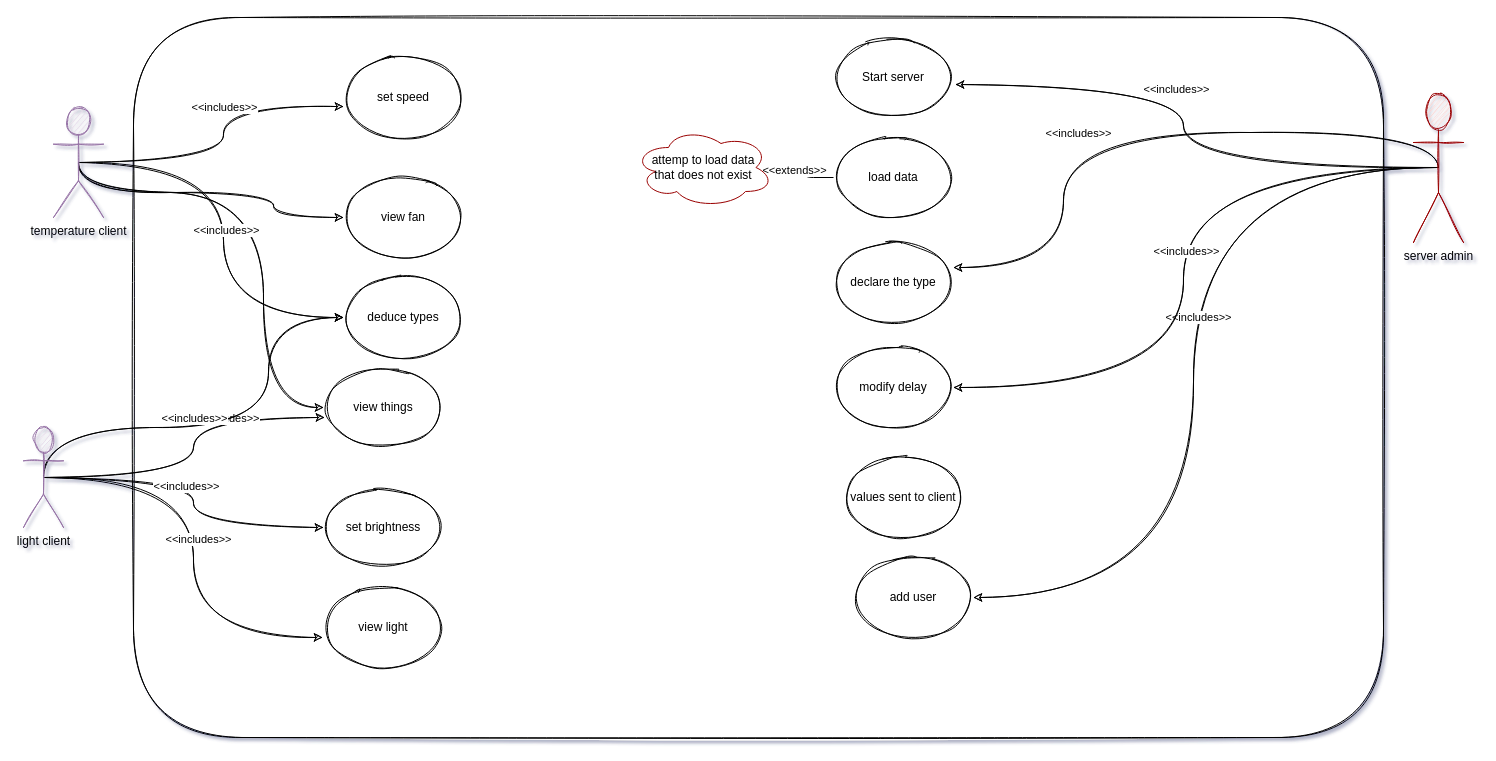
bandaian/Java_assignment_ian_banda keeps this draw.io diagram as uml_case_diagrams.drawio. Above is the earlier version. Source tidied: cells renumbered, new cells numbered last; positions are measured from the earlier drawing's top-left corner, leaving out a move shared by most shapes. Both pictures are drawn from the tidied source at 100%, with x=0, y=0 at pixel (23, 17).
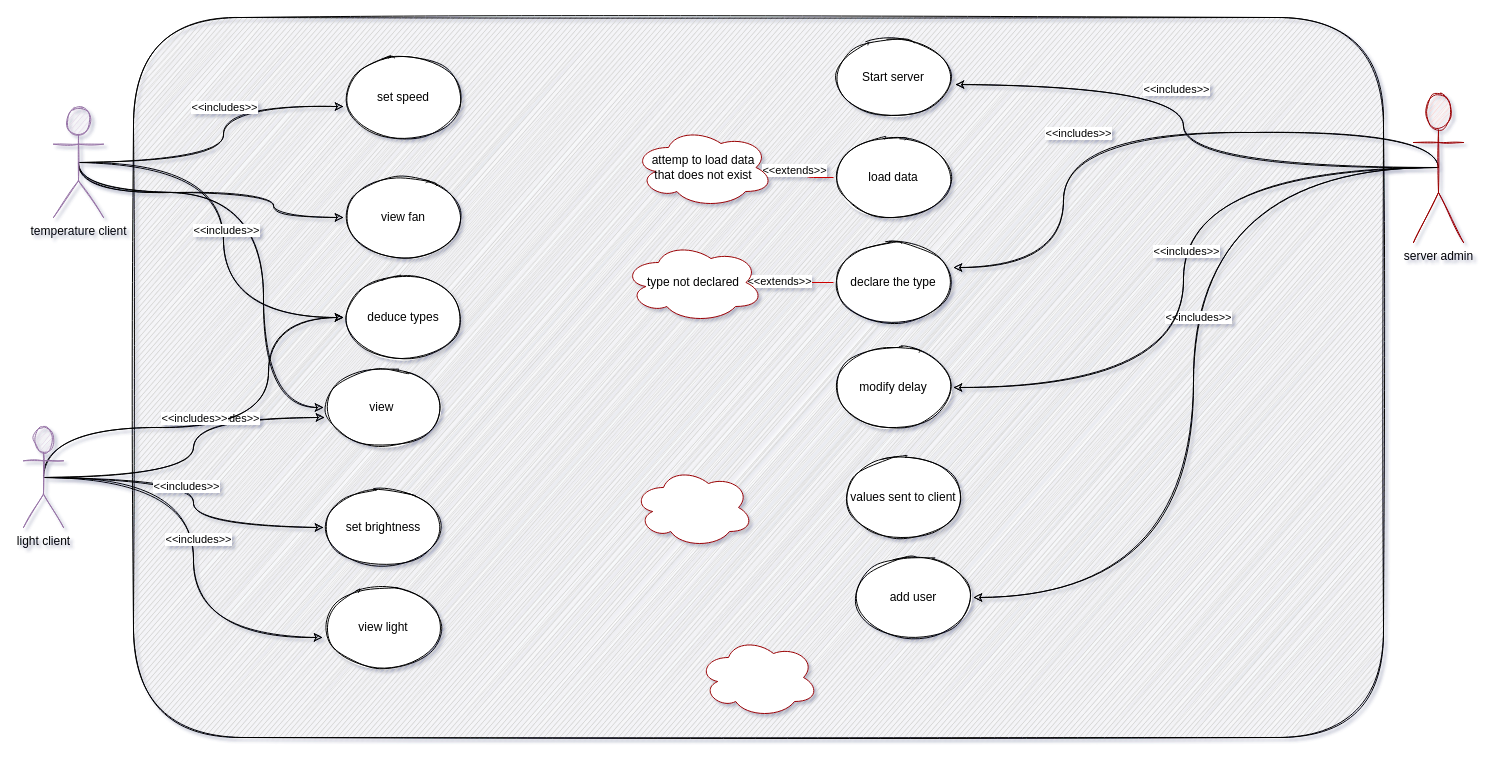
Above is the later version.

The change refers to these unchanged cells:
```xml
<mxCell id="16" value="load data" style="ellipse;whiteSpace=wrap;html=1;sketch=1;rounded=1;" parent="1" vertex="1">
  <mxGeometry x="810" y="120" width="120" height="80" as="geometry" />
</mxCell>
<mxCell id="17" value="declare the type" style="ellipse;whiteSpace=wrap;html=1;sketch=1;rounded=1;" parent="1" vertex="1">
  <mxGeometry x="810" y="225" width="120" height="80" as="geometry" />
</mxCell>
<mxCell id="42" value="attemp to load data&lt;br&gt;that does not exist" style="ellipse;shape=cloud;whiteSpace=wrap;html=1;rounded=0;sketch=0;strokeColor=#990000;" parent="1" vertex="1">
  <mxGeometry x="610" y="110" width="140" height="80" as="geometry" />
</mxCell>
```

Change to the diagram source:
```diff
@@
-    <mxCell id="2" style="whiteSpace=wrap;html=1;sketch=1;rounded=1;" parent="1" vertex="1">
+    <mxCell id="2" style="whiteSpace=wrap;html=1;sketch=1;rounded=1;fillColor=#CCCCCC;" parent="1" vertex="1">
       <mxGeometry x="110" width="1250" height="720" as="geometry" />
     </mxCell>
@@
-    <mxCell id="12" value="view things" style="ellipse;whiteSpace=wrap;html=1;sketch=1;rounded=1;" parent="1" vertex="1">
+    <mxCell id="12" value="view&amp;nbsp;" style="ellipse;whiteSpace=wrap;html=1;sketch=1;rounded=1;" parent="1" vertex="1">
       <mxGeometry x="300" y="350" width="120" height="80" as="geometry" />
     </mxCell>
@@
-    <mxCell id="14" style="edgeStyle=orthogonalEdgeStyle;curved=0;rounded=1;sketch=0;jettySize=auto;html=1;exitX=0;exitY=0.5;exitDx=0;exitDy=0;entryX=0.933;entryY=0.513;entryDx=0;entryDy=0;entryPerimeter=0;" parent="1" edge="1" source="16" target="42">
+    <mxCell id="14" style="edgeStyle=orthogonalEdgeStyle;curved=0;rounded=1;sketch=0;jettySize=auto;html=1;exitX=0;exitY=0.5;exitDx=0;exitDy=0;entryX=0.933;entryY=0.513;entryDx=0;entryDy=0;entryPerimeter=0;strokeColor=#CC0000;" parent="1" edge="1" source="16" target="42">
       <mxGeometry relative="1" as="geometry">
         <Array as="points">
           <mxPoint x="780" y="160" />
           <mxPoint x="780" y="151" />
         </Array>
       </mxGeometry>
     </mxCell>
@@
+    <mxCell id="43" style="edgeStyle=orthogonalEdgeStyle;curved=0;rounded=1;sketch=0;jettySize=auto;html=1;exitX=0;exitY=0.5;exitDx=0;exitDy=0;entryX=0.875;entryY=0.5;entryDx=0;entryDy=0;entryPerimeter=0;strokeColor=#CC0000;" parent="1" edge="1" source="17" target="45">
+      <mxGeometry relative="1" as="geometry" />
+    </mxCell>
+    <mxCell id="44" value="&amp;lt;&amp;lt;extends&amp;gt;&amp;gt;" style="edgeLabel;html=1;align=center;verticalAlign=middle;" parent="43" vertex="1">
+      <mxGeometry x="0.26" y="-2" relative="1" as="geometry" />
+    </mxCell>
@@
+    <mxCell id="45" value="type not declared" style="ellipse;shape=cloud;whiteSpace=wrap;html=1;rounded=0;sketch=0;strokeColor=#990000;" parent="1" vertex="1">
+      <mxGeometry x="600" y="225" width="140" height="80" as="geometry" />
+    </mxCell>
+    <mxCell id="46" style="ellipse;shape=cloud;whiteSpace=wrap;html=1;rounded=0;sketch=0;strokeColor=#990000;" parent="1" vertex="1">
+      <mxGeometry x="610" y="450" width="120" height="80" as="geometry" />
+    </mxCell>
+    <mxCell id="47" style="ellipse;shape=cloud;whiteSpace=wrap;html=1;rounded=0;sketch=0;strokeColor=#990000;" parent="1" vertex="1">
+      <mxGeometry x="675" y="620" width="120" height="80" as="geometry" />
+    </mxCell>
```
